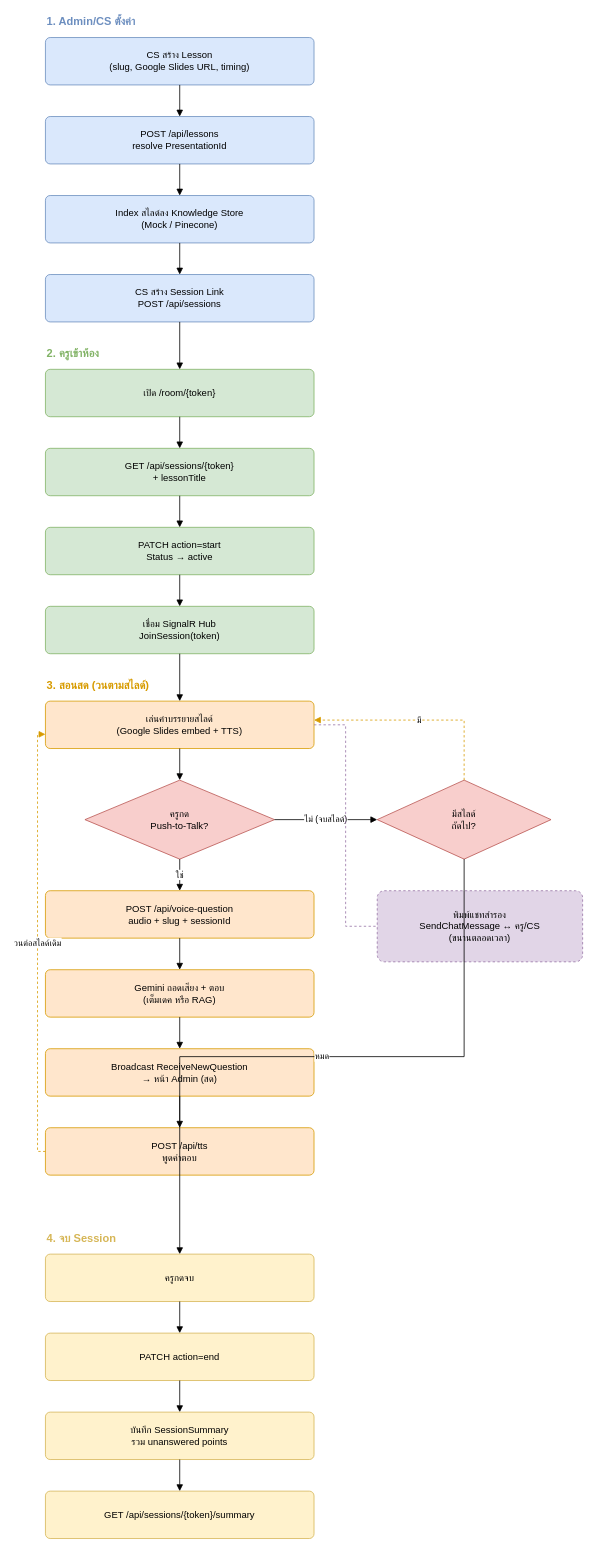
The draw.io diagram backend/docs/WORKFLOW.drawio in Sathaporn24/sb_supportroom, before the edit. Source tidied: cells renumbered, new cells numbered last; positions are measured from the earlier drawing's top-left corner, leaving out a move shared by most shapes. Both pictures are drawn from the tidied source at 79%, with x=0, y=0 at pixel (45, 13).
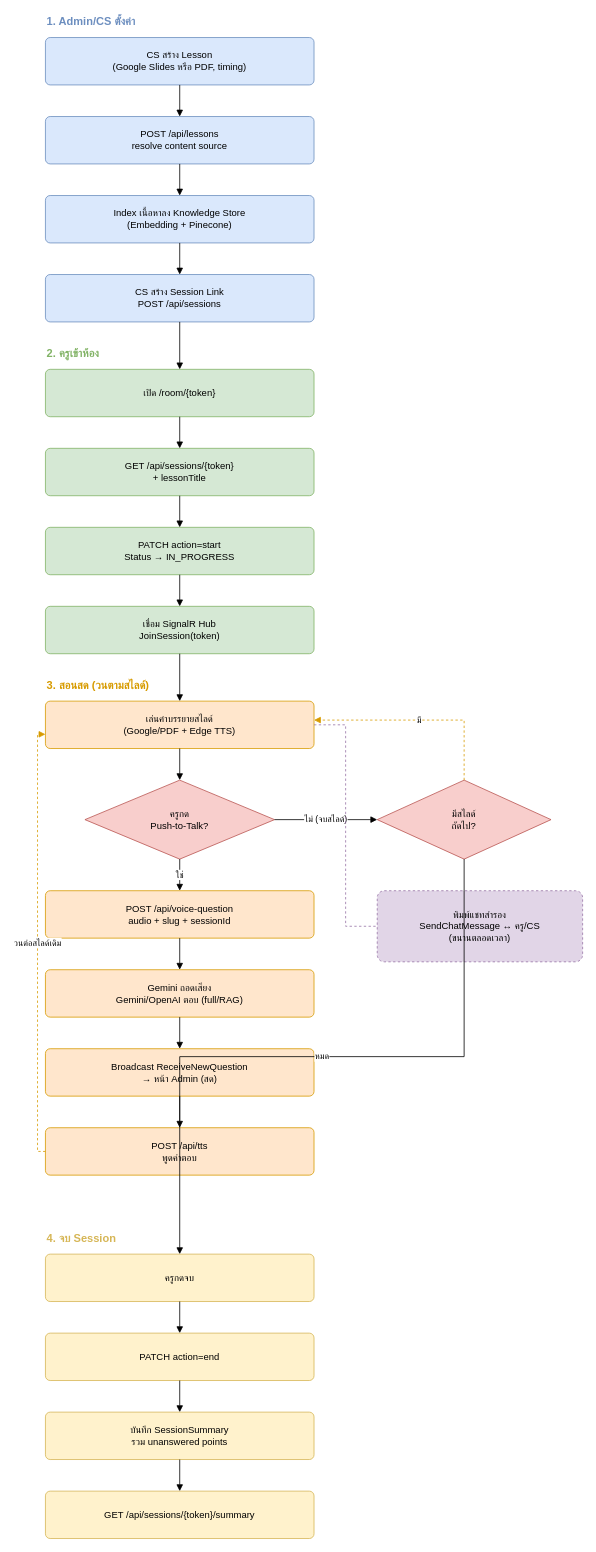
The same page after the edit.

Diff of the diagram source:
```diff
@@
-    <mxCell id="6" value="CS สร้าง Lesson&#10;(slug, Google Slides URL, timing)" style="rounded=1;whiteSpace=wrap;html=1;fillColor=#dae8fc;strokeColor=#6c8ebf;fontSize=12;arcSize=10;" parent="1" vertex="1">
+    <mxCell id="6" value="CS สร้าง Lesson&#10;(Google Slides หรือ PDF, timing)" style="rounded=1;whiteSpace=wrap;html=1;fillColor=#dae8fc;strokeColor=#6c8ebf;fontSize=12;arcSize=10;" parent="1" vertex="1">
       <mxGeometry y="30" width="340" height="60" as="geometry" />
     </mxCell>
-    <mxCell id="7" value="POST /api/lessons&#10;resolve PresentationId" style="rounded=1;whiteSpace=wrap;html=1;fillColor=#dae8fc;strokeColor=#6c8ebf;fontSize=12;arcSize=10;" parent="1" vertex="1">
+    <mxCell id="7" value="POST /api/lessons&#10;resolve content source" style="rounded=1;whiteSpace=wrap;html=1;fillColor=#dae8fc;strokeColor=#6c8ebf;fontSize=12;arcSize=10;" parent="1" vertex="1">
       <mxGeometry y="130" width="340" height="60" as="geometry" />
     </mxCell>
-    <mxCell id="8" value="Index สไลด์ลง Knowledge Store&#10;(Mock / Pinecone)" style="rounded=1;whiteSpace=wrap;html=1;fillColor=#dae8fc;strokeColor=#6c8ebf;fontSize=12;arcSize=10;" parent="1" vertex="1">
+    <mxCell id="8" value="Index เนื้อหาลง Knowledge Store&#10;(Embedding + Pinecone)" style="rounded=1;whiteSpace=wrap;html=1;fillColor=#dae8fc;strokeColor=#6c8ebf;fontSize=12;arcSize=10;" parent="1" vertex="1">
       <mxGeometry y="230" width="340" height="60" as="geometry" />
     </mxCell>
@@
-    <mxCell id="12" value="PATCH action=start&#10;Status → active" style="rounded=1;whiteSpace=wrap;html=1;fillColor=#d5e8d4;strokeColor=#82b366;fontSize=12;arcSize=10;" parent="1" vertex="1">
+    <mxCell id="12" value="PATCH action=start&#10;Status → IN_PROGRESS" style="rounded=1;whiteSpace=wrap;html=1;fillColor=#d5e8d4;strokeColor=#82b366;fontSize=12;arcSize=10;" parent="1" vertex="1">
       <mxGeometry y="650" width="340" height="60" as="geometry" />
     </mxCell>
@@
-    <mxCell id="14" value="เล่นคำบรรยายสไลด์&#10;(Google Slides embed + TTS)" style="rounded=1;whiteSpace=wrap;html=1;fillColor=#ffe6cc;strokeColor=#d79b00;fontSize=12;arcSize=10;" parent="1" vertex="1">
+    <mxCell id="14" value="เล่นคำบรรยายสไลด์&#10;(Google/PDF + Edge TTS)" style="rounded=1;whiteSpace=wrap;html=1;fillColor=#ffe6cc;strokeColor=#d79b00;fontSize=12;arcSize=10;" parent="1" vertex="1">
       <mxGeometry y="870" width="340" height="60" as="geometry" />
     </mxCell>
@@
-    <mxCell id="17" value="Gemini ถอดเสียง + ตอบ&#10;(เต็มเดค หรือ RAG)" style="rounded=1;whiteSpace=wrap;html=1;fillColor=#ffe6cc;strokeColor=#d79b00;fontSize=12;arcSize=10;" parent="1" vertex="1">
+    <mxCell id="17" value="Gemini ถอดเสียง&#10;Gemini/OpenAI ตอบ (full/RAG)" style="rounded=1;whiteSpace=wrap;html=1;fillColor=#ffe6cc;strokeColor=#d79b00;fontSize=12;arcSize=10;" parent="1" vertex="1">
       <mxGeometry y="1210" width="340" height="60" as="geometry" />
     </mxCell>
```
